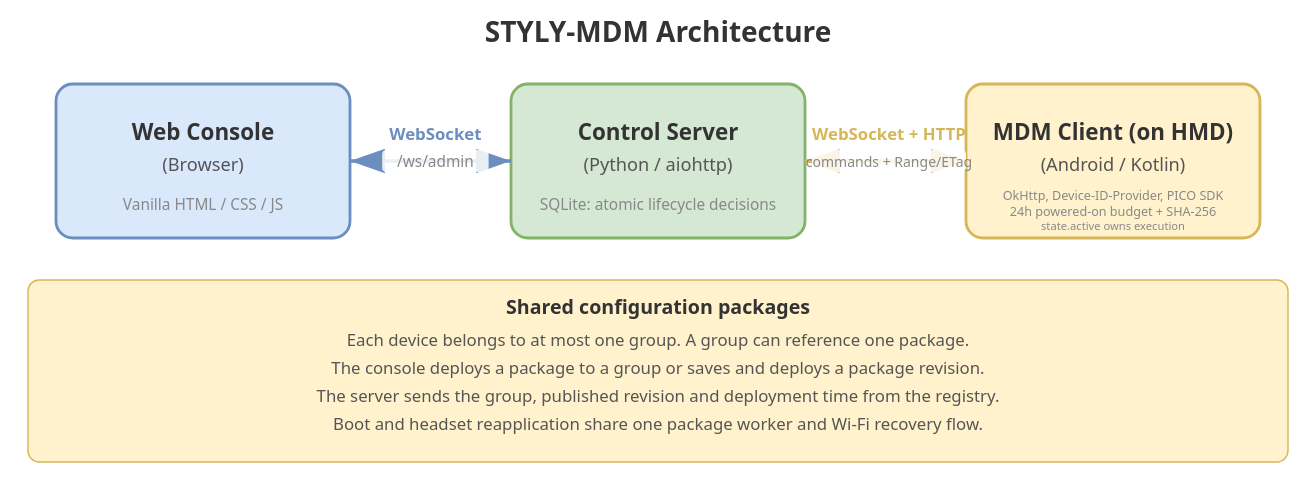
Before: docs/architecture.drawio.svg, a diagram exported from draw.io (styly-dev/STYLY-MDM). Source tidied: cells renumbered, new cells last; positions are measured from the earlier drawing's top-left corner, leaving out a move shared by most shapes. Its diagram source:
```xml
<mxGraphModel>
  <root>
    <mxCell id="0" />
    <mxCell id="1" parent="0" />
    <mxCell id="2" style="rounded=1;whiteSpace=wrap;html=1;fillColor=#dae8fc;strokeColor=#6c8ebf;arcSize=10;" parent="1" vertex="1">
      <mxGeometry x="20" y="60" width="200" height="100" as="geometry" />
    </mxCell>
    <mxCell id="3" value="&lt;b&gt;Web Console&lt;/b&gt;&lt;br&gt;(Browser)" style="text;html=1;align=center;verticalAlign=middle;" parent="1" vertex="1">
      <mxGeometry x="75" y="85" width="90" height="50" as="geometry" />
    </mxCell>
    <mxCell id="4" value="Vanilla HTML / CSS / JS" style="text;html=1;align=center;verticalAlign=middle;fontColor=#666666;fontSize=10;" parent="1" vertex="1">
      <mxGeometry x="40" y="135" width="160" height="20" as="geometry" />
    </mxCell>
    <mxCell id="5" style="rounded=1;whiteSpace=wrap;html=1;fillColor=#d5e8d4;strokeColor=#82b366;arcSize=10;" parent="1" vertex="1">
      <mxGeometry x="340" y="60" width="220" height="100" as="geometry" />
    </mxCell>
    <mxCell id="6" value="&lt;b&gt;Control Server&lt;/b&gt;&lt;br&gt;(Python / aiohttp)" style="text;html=1;align=center;verticalAlign=middle;" parent="1" vertex="1">
      <mxGeometry x="385" y="85" width="130" height="50" as="geometry" />
    </mxCell>
    <mxCell id="7" value="SQLite: atomic lifecycle decisions" style="text;html=1;align=center;verticalAlign=middle;fontColor=#666666;fontSize=10;" parent="1" vertex="1">
      <mxGeometry x="370" y="135" width="160" height="20" as="geometry" />
    </mxCell>
    <mxCell id="8" style="rounded=1;whiteSpace=wrap;html=1;fillColor=#fff2cc;strokeColor=#d6b656;arcSize=10;" parent="1" vertex="1">
      <mxGeometry x="680" y="60" width="200" height="100" as="geometry" />
    </mxCell>
    <mxCell id="9" value="&lt;b&gt;MDM Client (on HMD)&lt;/b&gt;&lt;br&gt;(Android / Kotlin)" style="text;html=1;align=center;verticalAlign=middle;" parent="1" vertex="1">
      <mxGeometry x="720" y="85" width="120" height="50" as="geometry" />
    </mxCell>
    <mxCell id="10" value="OkHttp, PICO SDK; resumable SHA-256; 24h powered-on budget; durable apply gate" style="text;html=1;align=center;verticalAlign=middle;fontColor=#666666;fontSize=10;" parent="1" vertex="1">
      <mxGeometry x="685" y="135" width="190" height="20" as="geometry" />
    </mxCell>
    <mxCell id="11" style="edgeStyle=orthogonalEdgeStyle;rounded=0;jettySize=auto;containsPoints=1;endArrow=block;endFill=1;startArrow=block;startFill=1;strokeWidth=2;strokeColor=#6c8ebf;" parent="1" edge="1" source="2" target="5">
      <mxGeometry relative="1" as="geometry" />
    </mxCell>
    <mxCell id="12" value="WebSocket&lt;br&gt;&lt;font style=&quot;font-size:10px&quot;&gt;/ws/admin&lt;/font&gt;" style="edgeLabel;html=1;align=center;verticalAlign=middle;" parent="11" vertex="1">
      <mxGeometry x="-0.1" relative="1" as="geometry" />
    </mxCell>
    <mxCell id="13" style="edgeStyle=orthogonalEdgeStyle;rounded=0;jettySize=auto;containsPoints=1;endArrow=block;endFill=1;startArrow=block;startFill=1;strokeWidth=2;strokeColor=#d6b656;" parent="1" edge="1" source="5" target="8">
      <mxGeometry relative="1" as="geometry" />
    </mxCell>
    <mxCell id="14" value="WebSocket + HTTP&lt;br&gt;&lt;font style=&quot;font-size:10px&quot;&gt;commands + Range/ETag&lt;/font&gt;" style="edgeLabel;html=1;align=center;verticalAlign=middle;" parent="13" vertex="1">
      <mxGeometry x="-0.1" relative="1" as="geometry" />
    </mxCell>
    <mxCell id="15" value="&lt;font style=&quot;font-size:16px&quot;&gt;&lt;b&gt;STYLY-MDM Architecture&lt;/b&gt;&lt;/font&gt;" style="text;html=1;align=center;verticalAlign=middle;" parent="1" vertex="1">
      <mxGeometry x="330" width="240" height="40" as="geometry" />
    </mxCell>
    <mxCell id="16" value="&lt;b&gt;Shared configuration packages&lt;/b&gt;&lt;br&gt;Each device belongs to at most one group. A group can reference one package.&lt;br&gt;The console deploys a package to a group or saves and deploys a package revision.&lt;br&gt;The server sends the group, published revision and deployment time from the registry.&lt;br&gt;Boot and headset reapplication share one package worker and Wi-Fi recovery flow." style="rounded=1;whiteSpace=wrap;html=1;fillColor=#fff2cc;strokeColor=#d6b656;fontSize=12;align=center;" parent="1" vertex="1">
      <mxGeometry y="180" width="900" height="130" as="geometry" />
    </mxCell>
  </root>
</mxGraphModel>
```
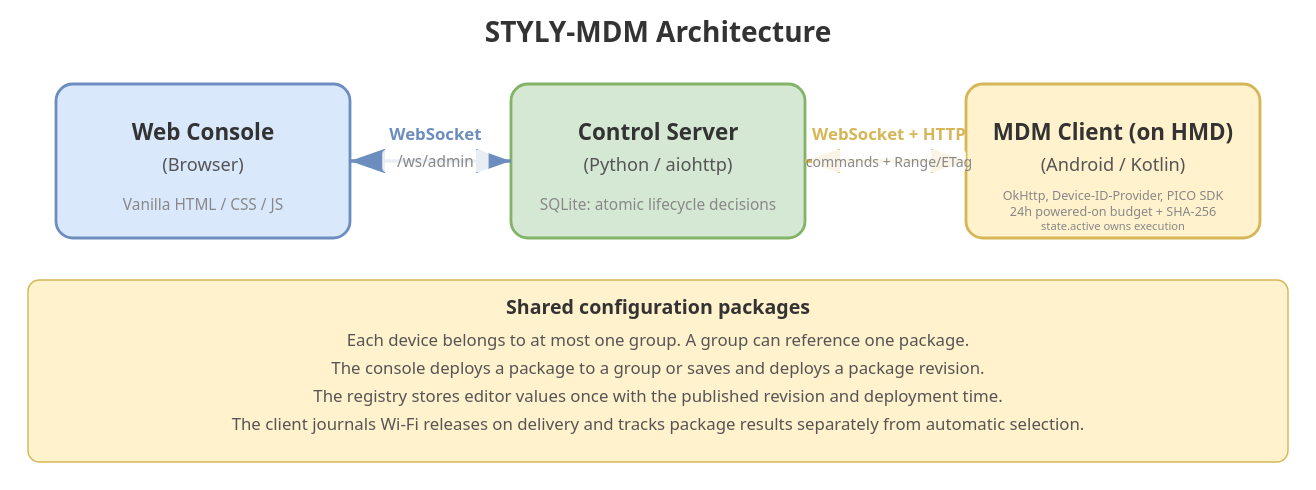
Above is the later version.

Diff of the diagram source:
```diff
@@ -44,7 +44,7 @@
     <mxCell id="15" value="&lt;font style=&quot;font-size:16px&quot;&gt;&lt;b&gt;STYLY-MDM Architecture&lt;/b&gt;&lt;/font&gt;" style="text;html=1;align=center;verticalAlign=middle;" parent="1" vertex="1">
       <mxGeometry x="330" width="240" height="40" as="geometry" />
     </mxCell>
-    <mxCell id="16" value="&lt;b&gt;Shared configuration packages&lt;/b&gt;&lt;br&gt;Each device belongs to at most one group. A group can reference one package.&lt;br&gt;The console deploys a package to a group or saves and deploys a package revision.&lt;br&gt;The server sends the group, published revision and deployment time from the registry.&lt;br&gt;Boot and headset reapplication share one package worker and Wi-Fi recovery flow." style="rounded=1;whiteSpace=wrap;html=1;fillColor=#fff2cc;strokeColor=#d6b656;fontSize=12;align=center;" parent="1" vertex="1">
+    <mxCell id="16" value="&lt;b&gt;Shared configuration packages&lt;/b&gt;&lt;br&gt;Each device belongs to at most one group. A group can reference one package.&lt;br&gt;The console deploys a package to a group or saves and deploys a package revision.&lt;br&gt;The registry stores editor values once with the published revision and deployment time.&lt;br&gt;The client journals Wi-Fi releases on delivery and tracks package results separately from automatic selection." style="rounded=1;whiteSpace=wrap;html=1;fillColor=#fff2cc;strokeColor=#d6b656;fontSize=12;align=center;" parent="1" vertex="1">
       <mxGeometry y="180" width="900" height="130" as="geometry" />
     </mxCell>
   </root>
```
